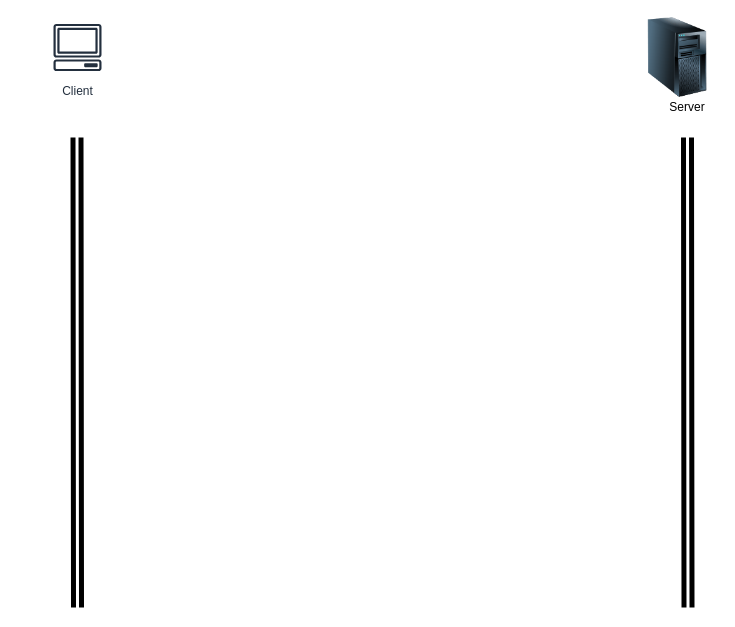
The draw.io diagram go-ping-server-client.drawio in sugchand/drawio, before the edit. Source tidied: cells renumbered, new cells numbered last; positions are measured from the earlier drawing's top-left corner, leaving out a move shared by most shapes. Both pictures are drawn from the tidied source at 100%, with x=0, y=0 at pixel (47, 17).
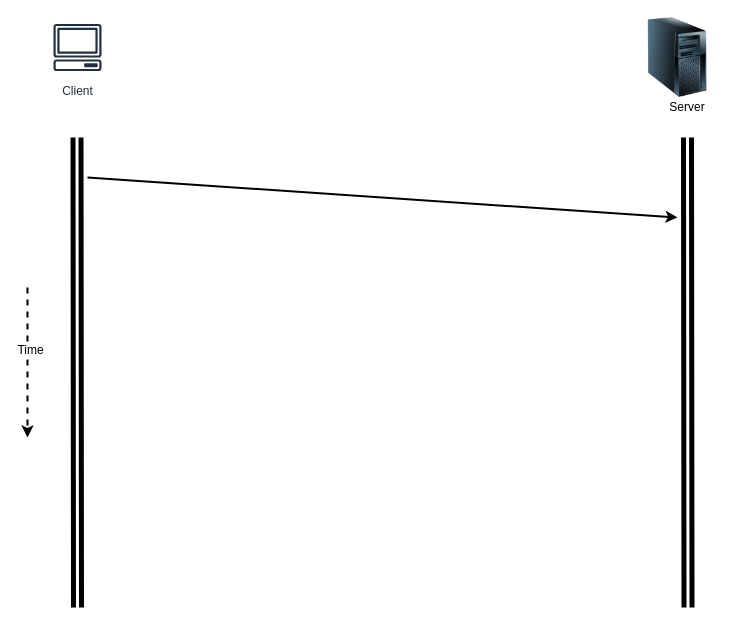
Above is the later version.

The edit, as a diff of the source:
```diff
@@
 <mxGraphModel>
   <root>
     <mxCell id="0" />
     <mxCell id="1" parent="0" />
     <mxCell id="2" value="Client" style="fontColor=#232F3E;gradientColor=none;strokeColor=#232F3E;fillColor=#ffffff;dashed=0;verticalLabelPosition=bottom;verticalAlign=top;align=center;html=1;fontSize=12;fontStyle=0;shape=mxgraph.aws4.resourceIcon;resIcon=mxgraph.aws4.client;" parent="1" vertex="1">
       <mxGeometry width="60" height="60" as="geometry" />
     </mxCell>
     <mxCell id="3" style="image;html=1;labelBackgroundColor=#ffffff;image=img/lib/clip_art/computers/Server_Tower_128x128.png;" parent="1" vertex="1">
       <mxGeometry x="590" width="80" height="80" as="geometry" />
     </mxCell>
     <mxCell id="4" style="shape=link;html=1;strokeWidth=5;" parent="1" edge="1">
       <mxGeometry relative="1" as="geometry">
         <mxPoint x="30" y="590" as="sourcePoint" />
         <mxPoint x="29.5" y="120" as="targetPoint" />
       </mxGeometry>
     </mxCell>
     <mxCell id="5" style="shape=link;html=1;strokeWidth=5;" parent="1" edge="1">
       <mxGeometry relative="1" as="geometry">
         <mxPoint x="640.5" y="590" as="sourcePoint" />
         <mxPoint x="640" y="120" as="targetPoint" />
       </mxGeometry>
     </mxCell>
     <mxCell id="6" value="Server" style="text;html=1;strokeColor=none;fillColor=none;align=center;verticalAlign=middle;whiteSpace=wrap;rounded=0;" parent="1" vertex="1">
       <mxGeometry x="620" y="80" width="40" height="20" as="geometry" />
     </mxCell>
+    <mxCell id="7" style="endArrow=classic;html=1;strokeWidth=2;" parent="1" edge="1">
+      <mxGeometry relative="1" as="geometry">
+        <mxPoint x="40" y="160" as="sourcePoint" />
+        <mxPoint x="630" y="200" as="targetPoint" />
+      </mxGeometry>
+    </mxCell>
+    <mxCell id="8" style="endArrow=classic;dashed=1;html=1;strokeWidth=2;endFill=1;" parent="1" edge="1">
+      <mxGeometry relative="1" as="geometry">
+        <mxPoint x="-20" y="270" as="sourcePoint" />
+        <mxPoint x="-20" y="420" as="targetPoint" />
+      </mxGeometry>
+    </mxCell>
+    <mxCell id="9" value="Time" style="text;html=1;align=center;verticalAlign=middle;labelBackgroundColor=#ffffff;" parent="8" vertex="1">
+      <mxGeometry x="-0.18" y="2" relative="1" as="geometry" />
+    </mxCell>
   </root>
 </mxGraphModel>
```
